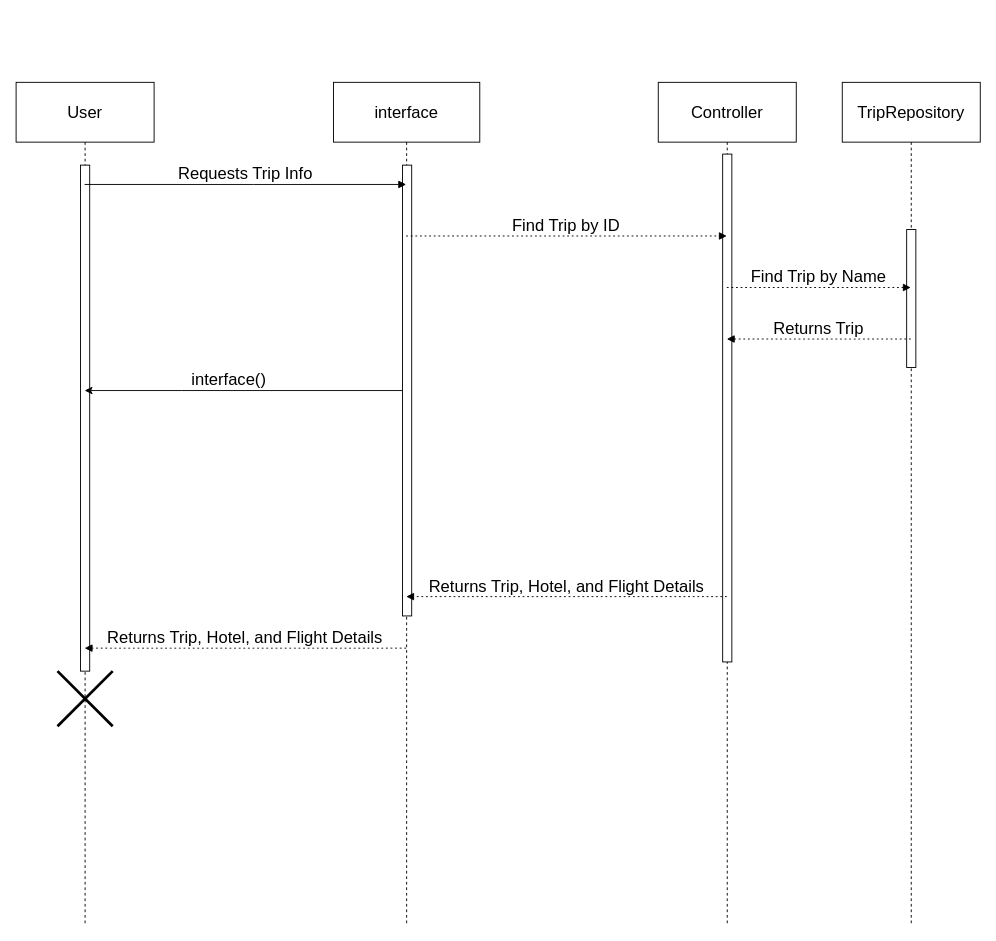
Earlier version of the draw.io diagram Final Projectt/Diagrams/Sequance Diagram/sequance.drawio (hesham81/Projects). Source tidied: cells renumbered, new cells numbered last; positions are measured from the earlier drawing's top-left corner, leaving out a move shared by most shapes. Both pictures are drawn from the tidied source at 92%, with x=0, y=0 at pixel (16, 82).
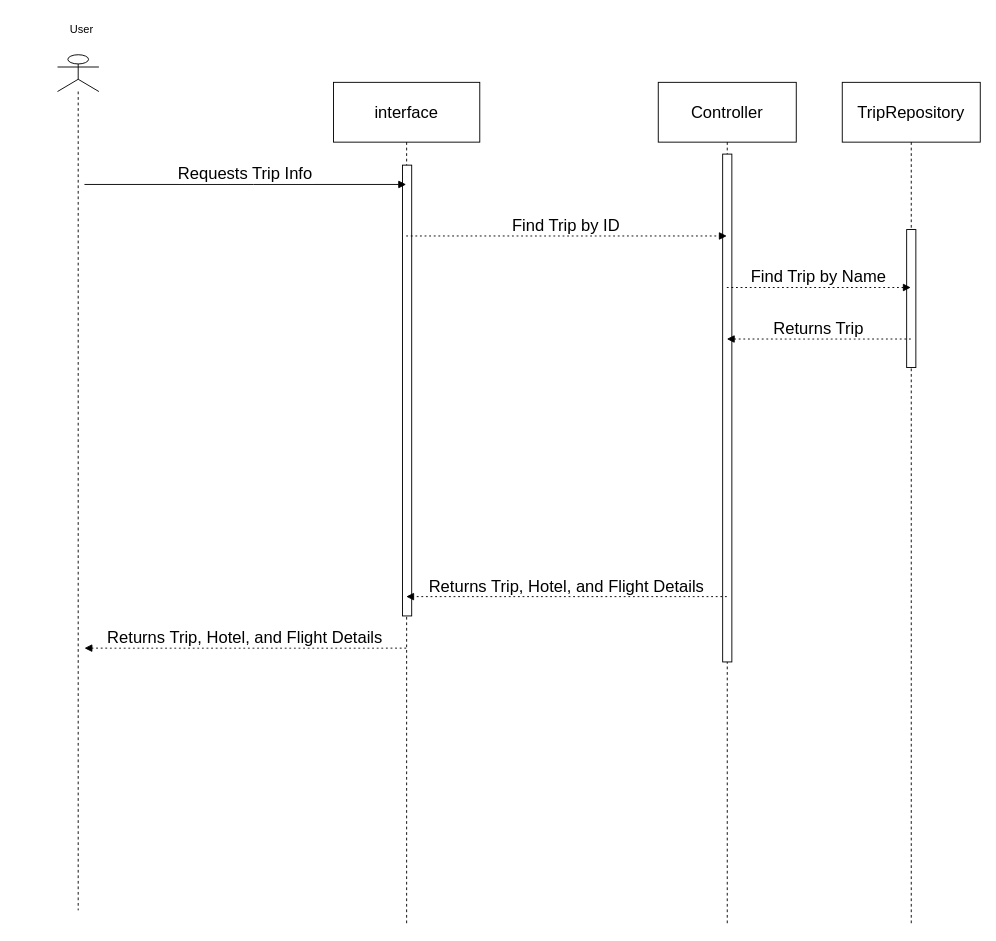
After the change.

Commit message:
get trip info sequance

Unchanged cells that the change refers to:
```xml
<mxCell id="5" value="interface" style="shape=umlLifeline;perimeter=lifelinePerimeter;whiteSpace=wrap;outlineConnect=0;portConstraint=eastwest;newEdgeStyle={&quot;edgeStyle&quot;:&quot;elbowEdgeStyle&quot;,&quot;elbow&quot;:&quot;vertical&quot;,&quot;curved&quot;:0,&quot;rounded&quot;:0};size=65;fontSize=18;" parent="1" vertex="1">
  <mxGeometry x="345" width="159" height="916" as="geometry" />
</mxCell>
<mxCell id="6" style="html=1;points=[[0,0,0,0,5],[0,1,0,0,-5],[1,0,0,0,5],[1,1,0,0,-5]];perimeter=orthogonalPerimeter;outlineConnect=0;targetShapes=umlLifeline;portConstraint=eastwest;newEdgeStyle={&quot;curved&quot;:0,&quot;rounded&quot;:0};fontSize=18;" parent="5" vertex="1">
  <mxGeometry x="75" y="90" width="10" height="490" as="geometry" />
</mxCell>
```

Change to the diagram source:
```diff
@@
-    <mxCell id="2" value="User" style="shape=umlLifeline;perimeter=lifelinePerimeter;whiteSpace=wrap;outlineConnect=0;portConstraint=eastwest;newEdgeStyle={&quot;edgeStyle&quot;:&quot;elbowEdgeStyle&quot;,&quot;elbow&quot;:&quot;vertical&quot;,&quot;curved&quot;:0,&quot;rounded&quot;:0};size=65;fontSize=18;" parent="1" vertex="1">
-      <mxGeometry width="150" height="916" as="geometry" />
-    </mxCell>
-    <mxCell id="3" style="html=1;perimeter=orthogonalPerimeter;targetShapes=umlLifeline;newEdgeStyle={&quot;curved&quot;:0,&quot;rounded&quot;:0};fontSize=18;" parent="2" vertex="1">
-      <mxGeometry x="70" y="90" width="10" height="550" as="geometry" />
-    </mxCell>
-    <mxCell id="4" style="shape=umlDestroy;whiteSpace=wrap;html=1;strokeWidth=3;targetShapes=umlLifeline;" parent="2" vertex="1">
-      <mxGeometry x="45" y="640" width="60" height="60" as="geometry" />
-    </mxCell>
@@
-    <mxCell id="11" value="Requests Trip Info" style="verticalAlign=bottom;edgeStyle=elbowEdgeStyle;elbow=vertical;curved=0;rounded=0;endArrow=block;fontSize=18;" parent="1" edge="1" source="2" target="5">
+    <mxCell id="11" value="Requests Trip Info" style="verticalAlign=bottom;edgeStyle=elbowEdgeStyle;elbow=vertical;curved=0;rounded=0;endArrow=block;fontSize=18;" parent="1" edge="1" target="5">
       <mxGeometry relative="1" as="geometry">
+        <mxPoint x="74.3" y="111" as="sourcePoint" />
         <Array as="points">
           <mxPoint x="258" y="111" />
         </Array>
       </mxGeometry>
     </mxCell>
@@
-    <mxCell id="16" value="Returns Trip, Hotel, and Flight Details" style="verticalAlign=bottom;edgeStyle=elbowEdgeStyle;elbow=vertical;curved=0;rounded=0;dashed=1;dashPattern=2 3;endArrow=block;fontSize=18;" parent="1" edge="1" source="5" target="2">
+    <mxCell id="16" value="Returns Trip, Hotel, and Flight Details" style="verticalAlign=bottom;edgeStyle=elbowEdgeStyle;elbow=vertical;curved=0;rounded=0;dashed=1;dashPattern=2 3;endArrow=block;fontSize=18;" parent="1" edge="1" source="5">
       <mxGeometry relative="1" as="geometry">
+        <mxPoint x="74.3" y="615" as="targetPoint" />
         <Array as="points">
           <mxPoint x="261" y="615" />
         </Array>
       </mxGeometry>
     </mxCell>
-    <mxCell id="17" style="edgeStyle=orthogonalEdgeStyle;rounded=0;jettySize=auto;html=1;curved=0;" parent="1" edge="1" source="6" target="2">
-      <mxGeometry relative="1" as="geometry">
-        <Array as="points">
-          <mxPoint x="180" y="335" />
-          <mxPoint x="180" y="335" />
-        </Array>
-      </mxGeometry>
-    </mxCell>
-    <mxCell id="18" value="interface()" style="text;html=1;align=center;verticalAlign=middle;strokeColor=none;fillColor=none;fontSize=18;" parent="1" vertex="1">
-      <mxGeometry x="181" y="303" width="100" height="40" as="geometry" />
-    </mxCell>
+    <mxCell id="19" style="shape=umlLifeline;perimeter=lifelinePerimeter;whiteSpace=wrap;html=1;newEdgeStyle={&quot;curved&quot;:0,&quot;rounded&quot;:0};participant=umlActor;" parent="1" vertex="1">
+      <mxGeometry x="45" y="-30" width="45" height="930" as="geometry" />
+    </mxCell>
+    <mxCell id="2" value="User" style="text;html=1;align=center;verticalAlign=middle;points=[];strokeColor=none;fillColor=none;" parent="1" vertex="1">
+      <mxGeometry x="46" y="-72" width="50" height="30" as="geometry" />
+    </mxCell>
```
